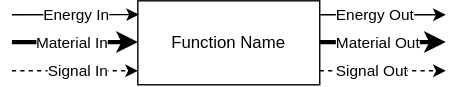
Above: docs-source/figures/frdl/diagrams/fbed_single.svg in nasa/fmdtools (draw.io), before the change. Source tidied: cells renumbered, new cells last; positions are measured from the earlier drawing's top-left corner, leaving out a move shared by most shapes.
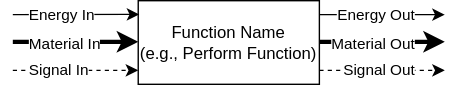
Later version of the same file.

The edit, as a diff of the source:
```diff
@@ -2,40 +2,40 @@
   <root>
     <mxCell id="0" />
     <mxCell id="1" parent="0" />
-    <mxCell id="2" value="Function Name" style="rounded=0;whiteSpace=wrap;html=1;" parent="1" vertex="1">
+    <mxCell id="2" value="Function Name&lt;div&gt;(e.g., Perform Function)&lt;/div&gt;" style="rounded=0;whiteSpace=wrap;html=1;" parent="1" vertex="1">
       <mxGeometry x="90" width="130" height="60" as="geometry" />
     </mxCell>
-    <mxCell id="3" value="Energy In" style="endArrow=classic;html=1;rounded=0;entryX=0.006;entryY=0.164;entryDx=0;entryDy=0;align=right;entryPerimeter=0;" parent="1" edge="1" target="2">
-      <mxGeometry x="0.56" relative="1" as="geometry">
+    <mxCell id="3" value="Energy In" style="endArrow=classic;html=1;rounded=0;entryX=0.006;entryY=0.164;entryDx=0;entryDy=0;align=left;entryPerimeter=0;labelPosition=right;verticalLabelPosition=middle;verticalAlign=middle;" parent="1" edge="1" target="2">
+      <mxGeometry x="-0.78" relative="1" as="geometry">
         <mxPoint y="10" as="sourcePoint" />
       </mxGeometry>
     </mxCell>
-    <mxCell id="4" value="Material In" style="endArrow=classic;html=1;rounded=0;entryX=0;entryY=0.25;entryDx=0;entryDy=0;strokeWidth=3;align=right;" parent="1" edge="1">
-      <mxGeometry x="0.56" relative="1" as="geometry">
+    <mxCell id="4" value="Material In" style="endArrow=classic;html=1;rounded=0;entryX=0;entryY=0.25;entryDx=0;entryDy=0;strokeWidth=3;align=left;labelPosition=right;verticalLabelPosition=middle;verticalAlign=middle;" parent="1" edge="1">
+      <mxGeometry x="-0.78" y="-1" relative="1" as="geometry">
         <mxPoint y="29.5" as="sourcePoint" />
         <mxPoint x="90" y="29.5" as="targetPoint" />
       </mxGeometry>
     </mxCell>
-    <mxCell id="5" value="Signal In" style="endArrow=classic;html=1;rounded=0;entryX=0;entryY=0.25;entryDx=0;entryDy=0;dashed=1;align=right;" parent="1" edge="1">
-      <mxGeometry x="0.56" relative="1" as="geometry">
+    <mxCell id="5" value="Signal In" style="endArrow=classic;html=1;rounded=0;entryX=0;entryY=0.25;entryDx=0;entryDy=0;dashed=1;align=left;labelPosition=right;verticalLabelPosition=middle;verticalAlign=middle;" parent="1" edge="1">
+      <mxGeometry x="-0.78" relative="1" as="geometry">
         <mxPoint y="50" as="sourcePoint" />
         <mxPoint x="90" y="50" as="targetPoint" />
       </mxGeometry>
     </mxCell>
-    <mxCell id="6" value="Energy Out" style="endArrow=classic;html=1;rounded=0;entryX=0;entryY=0.25;entryDx=0;entryDy=0;align=left;" parent="1" edge="1">
-      <mxGeometry x="-0.78" relative="1" as="geometry">
+    <mxCell id="6" value="Energy Out" style="endArrow=classic;html=1;rounded=0;entryX=0;entryY=0.25;entryDx=0;entryDy=0;align=right;labelPosition=left;verticalLabelPosition=middle;verticalAlign=middle;" parent="1" edge="1">
+      <mxGeometry x="0.56" relative="1" as="geometry">
         <mxPoint x="220" y="10" as="sourcePoint" />
         <mxPoint x="310" y="10" as="targetPoint" />
       </mxGeometry>
     </mxCell>
-    <mxCell id="7" value="Material Out" style="endArrow=classic;html=1;rounded=0;entryX=0;entryY=0.25;entryDx=0;entryDy=0;strokeWidth=3;align=left;" parent="1" edge="1">
-      <mxGeometry x="-0.78" relative="1" as="geometry">
+    <mxCell id="7" value="Material Out" style="endArrow=classic;html=1;rounded=0;entryX=0;entryY=0.25;entryDx=0;entryDy=0;strokeWidth=3;align=right;labelPosition=left;verticalLabelPosition=middle;verticalAlign=middle;" parent="1" edge="1">
+      <mxGeometry x="0.56" y="-1" relative="1" as="geometry">
         <mxPoint x="220" y="29.5" as="sourcePoint" />
         <mxPoint x="310" y="29.5" as="targetPoint" />
       </mxGeometry>
     </mxCell>
-    <mxCell id="8" value="Signal Out" style="endArrow=classic;html=1;rounded=0;entryX=0;entryY=0.25;entryDx=0;entryDy=0;dashed=1;align=left;" parent="1" edge="1">
-      <mxGeometry x="-0.78" relative="1" as="geometry">
+    <mxCell id="8" value="Signal Out" style="endArrow=classic;html=1;rounded=0;entryX=0;entryY=0.25;entryDx=0;entryDy=0;dashed=1;align=right;labelPosition=left;verticalLabelPosition=middle;verticalAlign=middle;" parent="1" edge="1">
+      <mxGeometry x="0.56" relative="1" as="geometry">
         <mxPoint x="220" y="50" as="sourcePoint" />
         <mxPoint x="310" y="50" as="targetPoint" />
       </mxGeometry>
```
